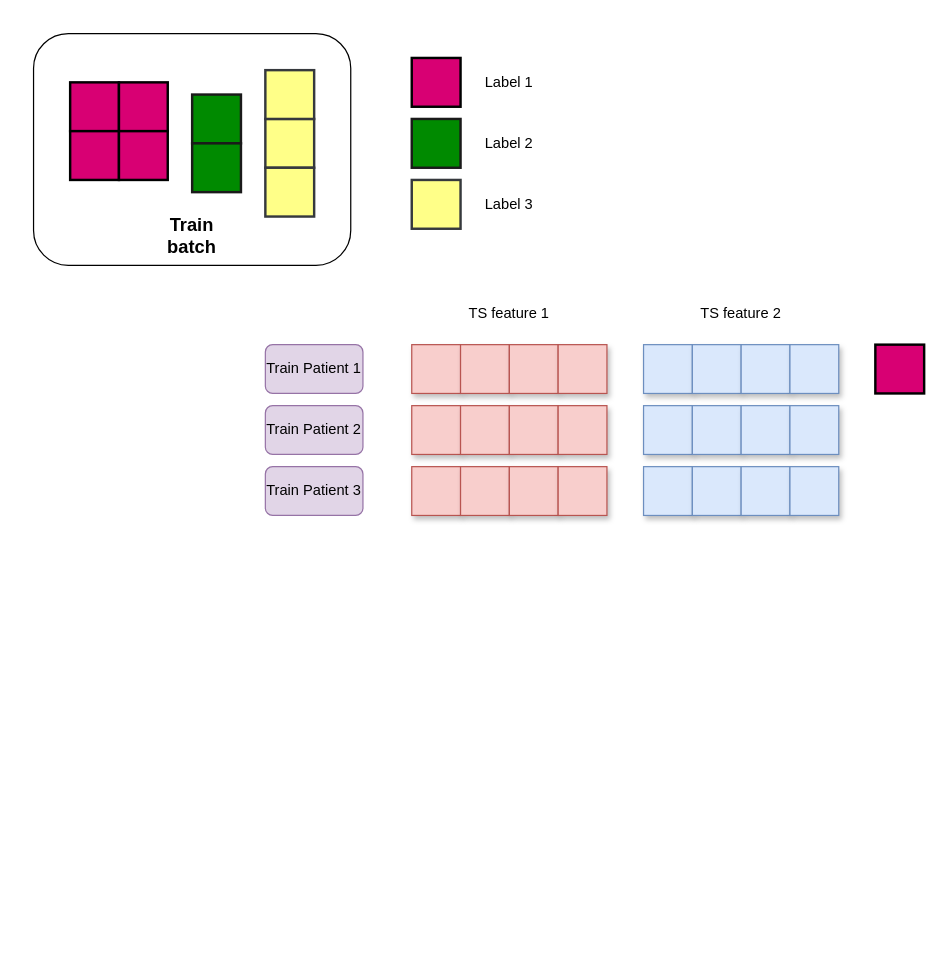
Before: diagrams/TabPFNStratified.drawio in Jeremstym/pretrainingTSPFN, a draw.io diagram. Source tidied: cells renumbered, new cells numbered last; positions are measured from the earlier drawing's top-left corner, leaving out a move shared by most shapes. Both pictures are drawn from the tidied source at 122%, with x=0, y=0 at pixel (33, 33).
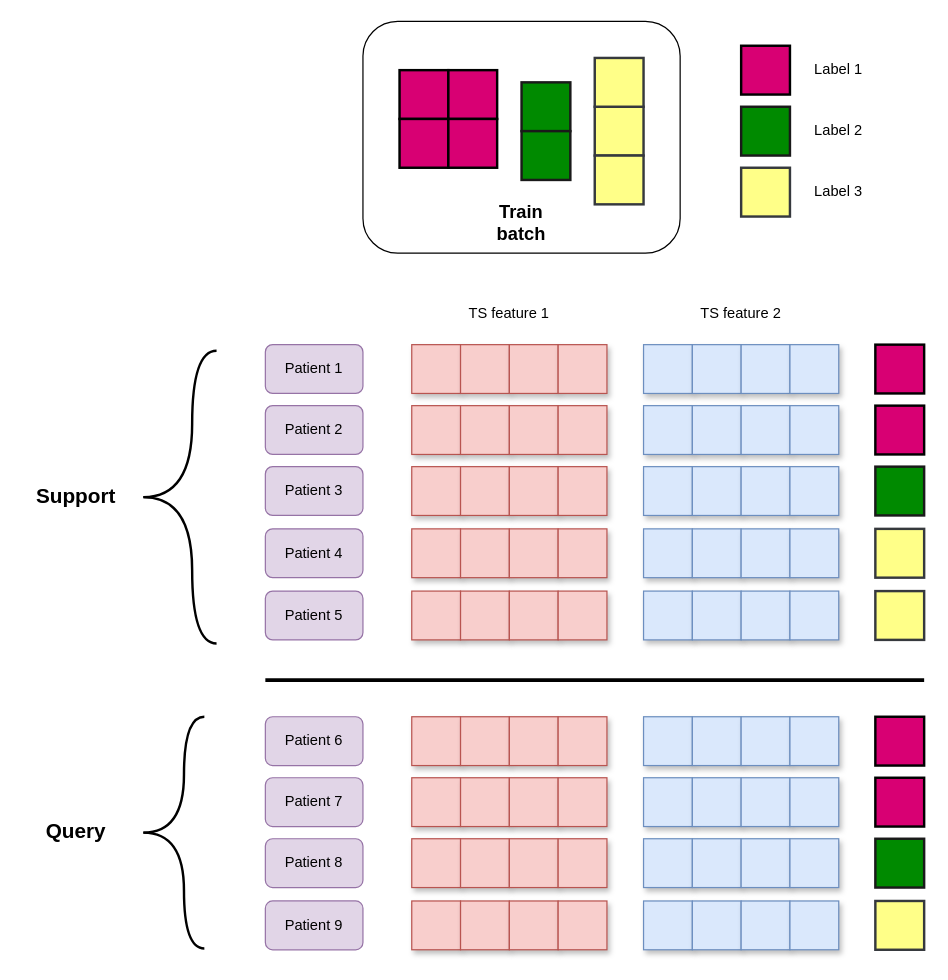
After the change.

Commit message (it also covers changes not shown here):
Mettre à jour TabPFNStratified.drawio

What changed in the source:
```diff
@@
     <mxCell id="2" style="rounded=0;whiteSpace=wrap;html=1;fillColor=#d80073;fontColor=#ffffff;strokeColor=light-dark(#000000, #ffa9e0);strokeWidth=2;" parent="1" vertex="1">
-      <mxGeometry x="310" y="20" width="40" height="40" as="geometry" />
+      <mxGeometry x="580" y="10" width="40" height="40" as="geometry" />
     </mxCell>
     <mxCell id="3" value="Label 1" style="text;html=1;whiteSpace=wrap;strokeColor=none;fillColor=none;align=center;verticalAlign=middle;rounded=0;" parent="1" vertex="1">
-      <mxGeometry x="360" y="25" width="60" height="30" as="geometry" />
+      <mxGeometry x="630" y="15" width="60" height="30" as="geometry" />
     </mxCell>
     <mxCell id="4" value="Label 2" style="text;html=1;whiteSpace=wrap;strokeColor=none;fillColor=none;align=center;verticalAlign=middle;rounded=0;" parent="1" vertex="1">
-      <mxGeometry x="360" y="75" width="60" height="30" as="geometry" />
+      <mxGeometry x="630" y="65" width="60" height="30" as="geometry" />
     </mxCell>
     <mxCell id="5" value="Label 3" style="text;html=1;whiteSpace=wrap;strokeColor=none;fillColor=none;align=center;verticalAlign=middle;rounded=0;" parent="1" vertex="1">
-      <mxGeometry x="360" y="125" width="60" height="30" as="geometry" />
+      <mxGeometry x="630" y="115" width="60" height="30" as="geometry" />
     </mxCell>
     <mxCell id="6" style="rounded=0;whiteSpace=wrap;html=1;fillColor=#008a00;fontColor=#ffffff;strokeColor=#1A1A1A;strokeWidth=2;" parent="1" vertex="1">
-      <mxGeometry x="310" y="70" width="40" height="40" as="geometry" />
+      <mxGeometry x="580" y="60" width="40" height="40" as="geometry" />
     </mxCell>
     <mxCell id="7" style="rounded=0;whiteSpace=wrap;html=1;fillColor=#ffff88;strokeColor=#36393d;strokeWidth=2;" parent="1" vertex="1">
-      <mxGeometry x="310" y="120" width="40" height="40" as="geometry" />
+      <mxGeometry x="580" y="110" width="40" height="40" as="geometry" />
     </mxCell>
-    <mxCell id="8" value="Train Patient 1" style="rounded=1;whiteSpace=wrap;html=1;fillColor=#e1d5e7;strokeColor=#9673a6;" parent="1" vertex="1">
+    <mxCell id="8" value="Patient 1" style="rounded=1;whiteSpace=wrap;html=1;fillColor=#e1d5e7;strokeColor=#9673a6;" parent="1" vertex="1">
       <mxGeometry x="190" y="255" width="80" height="40" as="geometry" />
     </mxCell>
-    <mxCell id="9" value="Train Patient 2" style="rounded=1;whiteSpace=wrap;html=1;fillColor=#e1d5e7;strokeColor=#9673a6;" parent="1" vertex="1">
+    <mxCell id="9" value="Patient 2" style="rounded=1;whiteSpace=wrap;html=1;fillColor=#e1d5e7;strokeColor=#9673a6;" parent="1" vertex="1">
       <mxGeometry x="190" y="305" width="80" height="40" as="geometry" />
     </mxCell>
-    <mxCell id="10" value="Train Patient 3" style="rounded=1;whiteSpace=wrap;html=1;fillColor=#e1d5e7;strokeColor=#9673a6;" parent="1" vertex="1">
+    <mxCell id="10" value="Patient 3" style="rounded=1;whiteSpace=wrap;html=1;fillColor=#e1d5e7;strokeColor=#9673a6;" parent="1" vertex="1">
       <mxGeometry x="190" y="355" width="80" height="40" as="geometry" />
     </mxCell>
@@
     <mxCell id="37" style="rounded=1;whiteSpace=wrap;html=1;" parent="1" vertex="1">
-      <mxGeometry width="260" height="190" as="geometry" />
+      <mxGeometry x="270" y="-10" width="260" height="190" as="geometry" />
     </mxCell>
     <mxCell id="38" style="rounded=0;whiteSpace=wrap;html=1;fillColor=#d80073;fontColor=#ffffff;strokeColor=light-dark(#000000, #ffa9e0);strokeWidth=2;" parent="1" vertex="1">
-      <mxGeometry x="30" y="40" width="40" height="40" as="geometry" />
+      <mxGeometry x="300" y="30" width="40" height="40" as="geometry" />
     </mxCell>
     <mxCell id="39" style="rounded=0;whiteSpace=wrap;html=1;fillColor=#d80073;fontColor=#ffffff;strokeColor=light-dark(#000000, #ffa9e0);strokeWidth=2;" parent="1" vertex="1">
-      <mxGeometry x="70" y="40" width="40" height="40" as="geometry" />
+      <mxGeometry x="340" y="30" width="40" height="40" as="geometry" />
     </mxCell>
     <mxCell id="40" style="rounded=0;whiteSpace=wrap;html=1;fillColor=#008a00;fontColor=#ffffff;strokeColor=#1A1A1A;strokeWidth=2;" parent="1" vertex="1">
-      <mxGeometry x="130" y="50" width="40" height="40" as="geometry" />
+      <mxGeometry x="400" y="40" width="40" height="40" as="geometry" />
     </mxCell>
     <mxCell id="41" style="rounded=0;whiteSpace=wrap;html=1;fillColor=#008a00;fontColor=#ffffff;strokeColor=#1A1A1A;strokeWidth=2;" parent="1" vertex="1">
-      <mxGeometry x="130" y="90" width="40" height="40" as="geometry" />
+      <mxGeometry x="400" y="80" width="40" height="40" as="geometry" />
     </mxCell>
     <mxCell id="42" style="rounded=0;whiteSpace=wrap;html=1;fillColor=#ffff88;strokeColor=#36393d;strokeWidth=2;" parent="1" vertex="1">
-      <mxGeometry x="190" y="70" width="40" height="40" as="geometry" />
+      <mxGeometry x="460" y="60" width="40" height="40" as="geometry" />
     </mxCell>
     <mxCell id="43" value="&lt;font style=&quot;font-size: 15px;&quot;&gt;&lt;b&gt;Train batch&lt;/b&gt;&lt;/font&gt;" style="text;html=1;whiteSpace=wrap;strokeColor=none;fillColor=none;align=center;verticalAlign=middle;rounded=0;" parent="1" vertex="1">
-      <mxGeometry x="100" y="150" width="60" height="30" as="geometry" />
+      <mxGeometry x="370" y="140" width="60" height="30" as="geometry" />
     </mxCell>
     <mxCell id="44" style="rounded=0;whiteSpace=wrap;html=1;fillColor=#d80073;fontColor=#ffffff;strokeColor=light-dark(#000000, #ffa9e0);strokeWidth=2;" parent="1" vertex="1">
-      <mxGeometry x="30" y="80" width="40" height="40" as="geometry" />
+      <mxGeometry x="300" y="70" width="40" height="40" as="geometry" />
     </mxCell>
     <mxCell id="45" style="rounded=0;whiteSpace=wrap;html=1;fillColor=#d80073;fontColor=#ffffff;strokeColor=light-dark(#000000, #ffa9e0);strokeWidth=2;" parent="1" vertex="1">
-      <mxGeometry x="70" y="80" width="40" height="40" as="geometry" />
+      <mxGeometry x="340" y="70" width="40" height="40" as="geometry" />
     </mxCell>
     <mxCell id="46" style="rounded=0;whiteSpace=wrap;html=1;fillColor=#ffff88;strokeColor=#36393d;strokeWidth=2;" parent="1" vertex="1">
-      <mxGeometry x="190" y="110" width="40" height="40" as="geometry" />
+      <mxGeometry x="460" y="100" width="40" height="40" as="geometry" />
     </mxCell>
     <mxCell id="47" style="rounded=0;whiteSpace=wrap;html=1;fillColor=#ffff88;strokeColor=#36393d;strokeWidth=2;" parent="1" vertex="1">
-      <mxGeometry x="190" y="30" width="40" height="40" as="geometry" />
+      <mxGeometry x="460" y="20" width="40" height="40" as="geometry" />
     </mxCell>
@@
+    <mxCell id="49" style="rounded=0;whiteSpace=wrap;html=1;fillColor=#d80073;fontColor=#ffffff;strokeColor=light-dark(#000000, #ffa9e0);strokeWidth=2;" parent="1" vertex="1">
+      <mxGeometry x="690" y="305" width="40" height="40" as="geometry" />
+    </mxCell>
+    <mxCell id="50" value="Patient 4" style="rounded=1;whiteSpace=wrap;html=1;fillColor=#e1d5e7;strokeColor=#9673a6;" parent="1" vertex="1">
+      <mxGeometry x="190" y="406" width="80" height="40" as="geometry" />
+    </mxCell>
+    <mxCell id="51" style="rounded=0;whiteSpace=wrap;html=1;fillColor=#f8cecc;strokeColor=#b85450;shadow=1;" parent="1" vertex="1">
+      <mxGeometry x="310" y="406" width="40" height="40" as="geometry" />
+    </mxCell>
+    <mxCell id="52" style="rounded=0;whiteSpace=wrap;html=1;fillColor=#f8cecc;strokeColor=#b85450;shadow=1;" parent="1" vertex="1">
+      <mxGeometry x="350" y="406" width="40" height="40" as="geometry" />
+    </mxCell>
+    <mxCell id="53" style="rounded=0;whiteSpace=wrap;html=1;fillColor=#f8cecc;strokeColor=#b85450;shadow=1;" parent="1" vertex="1">
+      <mxGeometry x="390" y="406" width="40" height="40" as="geometry" />
+    </mxCell>
+    <mxCell id="54" style="rounded=0;whiteSpace=wrap;html=1;fillColor=#f8cecc;strokeColor=#b85450;shadow=1;" parent="1" vertex="1">
+      <mxGeometry x="430" y="406" width="40" height="40" as="geometry" />
+    </mxCell>
+    <mxCell id="55" style="rounded=0;whiteSpace=wrap;html=1;fillColor=#dae8fc;strokeColor=#6c8ebf;shadow=1;" parent="1" vertex="1">
+      <mxGeometry x="500" y="406" width="40" height="40" as="geometry" />
+    </mxCell>
+    <mxCell id="56" style="rounded=0;whiteSpace=wrap;html=1;fillColor=#dae8fc;strokeColor=#6c8ebf;shadow=1;" parent="1" vertex="1">
+      <mxGeometry x="540" y="406" width="40" height="40" as="geometry" />
+    </mxCell>
+    <mxCell id="57" style="rounded=0;whiteSpace=wrap;html=1;fillColor=#dae8fc;strokeColor=#6c8ebf;shadow=1;" parent="1" vertex="1">
+      <mxGeometry x="580" y="406" width="40" height="40" as="geometry" />
+    </mxCell>
+    <mxCell id="58" style="rounded=0;whiteSpace=wrap;html=1;fillColor=#dae8fc;strokeColor=#6c8ebf;shadow=1;" parent="1" vertex="1">
+      <mxGeometry x="620" y="406" width="40" height="40" as="geometry" />
+    </mxCell>
+    <mxCell id="59" value="Patient 5" style="rounded=1;whiteSpace=wrap;html=1;fillColor=#e1d5e7;strokeColor=#9673a6;" parent="1" vertex="1">
+      <mxGeometry x="190" y="457" width="80" height="40" as="geometry" />
+    </mxCell>
+    <mxCell id="60" style="rounded=0;whiteSpace=wrap;html=1;fillColor=#f8cecc;strokeColor=#b85450;shadow=1;" parent="1" vertex="1">
+      <mxGeometry x="310" y="457" width="40" height="40" as="geometry" />
+    </mxCell>
+    <mxCell id="61" style="rounded=0;whiteSpace=wrap;html=1;fillColor=#f8cecc;strokeColor=#b85450;shadow=1;" parent="1" vertex="1">
+      <mxGeometry x="350" y="457" width="40" height="40" as="geometry" />
+    </mxCell>
+    <mxCell id="62" style="rounded=0;whiteSpace=wrap;html=1;fillColor=#f8cecc;strokeColor=#b85450;shadow=1;" parent="1" vertex="1">
+      <mxGeometry x="390" y="457" width="40" height="40" as="geometry" />
+    </mxCell>
+    <mxCell id="63" style="rounded=0;whiteSpace=wrap;html=1;fillColor=#f8cecc;strokeColor=#b85450;shadow=1;" parent="1" vertex="1">
+      <mxGeometry x="430" y="457" width="40" height="40" as="geometry" />
+    </mxCell>
+    <mxCell id="64" style="rounded=0;whiteSpace=wrap;html=1;fillColor=#dae8fc;strokeColor=#6c8ebf;shadow=1;" parent="1" vertex="1">
+      <mxGeometry x="500" y="457" width="40" height="40" as="geometry" />
+    </mxCell>
+    <mxCell id="65" style="rounded=0;whiteSpace=wrap;html=1;fillColor=#dae8fc;strokeColor=#6c8ebf;shadow=1;" parent="1" vertex="1">
+      <mxGeometry x="540" y="457" width="40" height="40" as="geometry" />
+    </mxCell>
+    <mxCell id="66" style="rounded=0;whiteSpace=wrap;html=1;fillColor=#dae8fc;strokeColor=#6c8ebf;shadow=1;" parent="1" vertex="1">
+      <mxGeometry x="580" y="457" width="40" height="40" as="geometry" />
+    </mxCell>
+    <mxCell id="67" style="rounded=0;whiteSpace=wrap;html=1;fillColor=#dae8fc;strokeColor=#6c8ebf;shadow=1;" parent="1" vertex="1">
+      <mxGeometry x="620" y="457" width="40" height="40" as="geometry" />
+    </mxCell>
+    <mxCell id="68" style="rounded=0;whiteSpace=wrap;html=1;fillColor=#008a00;fontColor=#ffffff;strokeColor=#1A1A1A;strokeWidth=2;" parent="1" vertex="1">
+      <mxGeometry x="690" y="355" width="40" height="40" as="geometry" />
+    </mxCell>
+    <mxCell id="69" style="rounded=0;whiteSpace=wrap;html=1;fillColor=#ffff88;strokeColor=#36393d;strokeWidth=2;" parent="1" vertex="1">
+      <mxGeometry x="690" y="406" width="40" height="40" as="geometry" />
+    </mxCell>
+    <mxCell id="70" style="rounded=0;whiteSpace=wrap;html=1;fillColor=#ffff88;strokeColor=#36393d;strokeWidth=2;" parent="1" vertex="1">
+      <mxGeometry x="690" y="457" width="40" height="40" as="geometry" />
+    </mxCell>
+    <mxCell id="71" style="endArrow=none;html=1;rounded=0;strokeWidth=3;" parent="1" edge="1">
+      <mxGeometry relative="1" as="geometry">
+        <mxPoint x="190" y="530" as="sourcePoint" />
+        <mxPoint x="730" y="530" as="targetPoint" />
+      </mxGeometry>
+    </mxCell>
+    <mxCell id="72" value="Patient 6" style="rounded=1;whiteSpace=wrap;html=1;fillColor=#e1d5e7;strokeColor=#9673a6;" parent="1" vertex="1">
+      <mxGeometry x="190" y="560" width="80" height="40" as="geometry" />
+    </mxCell>
+    <mxCell id="73" value="Patient 7" style="rounded=1;whiteSpace=wrap;html=1;fillColor=#e1d5e7;strokeColor=#9673a6;" parent="1" vertex="1">
+      <mxGeometry x="190" y="610" width="80" height="40" as="geometry" />
+    </mxCell>
+    <mxCell id="74" value="Patient 8" style="rounded=1;whiteSpace=wrap;html=1;fillColor=#e1d5e7;strokeColor=#9673a6;" parent="1" vertex="1">
+      <mxGeometry x="190" y="660" width="80" height="40" as="geometry" />
+    </mxCell>
+    <mxCell id="75" style="rounded=0;whiteSpace=wrap;html=1;fillColor=#f8cecc;strokeColor=#b85450;shadow=1;" parent="1" vertex="1">
+      <mxGeometry x="310" y="560" width="40" height="40" as="geometry" />
+    </mxCell>
+    <mxCell id="76" style="rounded=0;whiteSpace=wrap;html=1;fillColor=#f8cecc;strokeColor=#b85450;shadow=1;" parent="1" vertex="1">
+      <mxGeometry x="350" y="560" width="40" height="40" as="geometry" />
+    </mxCell>
+    <mxCell id="77" style="rounded=0;whiteSpace=wrap;html=1;fillColor=#f8cecc;strokeColor=#b85450;shadow=1;" parent="1" vertex="1">
+      <mxGeometry x="390" y="560" width="40" height="40" as="geometry" />
+    </mxCell>
+    <mxCell id="78" style="rounded=0;whiteSpace=wrap;html=1;fillColor=#f8cecc;strokeColor=#b85450;shadow=1;" parent="1" vertex="1">
+      <mxGeometry x="430" y="560" width="40" height="40" as="geometry" />
+    </mxCell>
+    <mxCell id="79" style="rounded=0;whiteSpace=wrap;html=1;fillColor=#dae8fc;strokeColor=#6c8ebf;shadow=1;" parent="1" vertex="1">
+      <mxGeometry x="500" y="560" width="40" height="40" as="geometry" />
+    </mxCell>
+    <mxCell id="80" style="rounded=0;whiteSpace=wrap;html=1;fillColor=#dae8fc;strokeColor=#6c8ebf;shadow=1;" parent="1" vertex="1">
+      <mxGeometry x="540" y="560" width="40" height="40" as="geometry" />
+    </mxCell>
+    <mxCell id="81" style="rounded=0;whiteSpace=wrap;html=1;fillColor=#dae8fc;strokeColor=#6c8ebf;shadow=1;" parent="1" vertex="1">
+      <mxGeometry x="580" y="560" width="40" height="40" as="geometry" />
+    </mxCell>
+    <mxCell id="82" style="rounded=0;whiteSpace=wrap;html=1;fillColor=#dae8fc;strokeColor=#6c8ebf;shadow=1;" parent="1" vertex="1">
+      <mxGeometry x="620" y="560" width="40" height="40" as="geometry" />
+    </mxCell>
+    <mxCell id="83" style="rounded=0;whiteSpace=wrap;html=1;fillColor=#f8cecc;strokeColor=#b85450;shadow=1;" parent="1" vertex="1">
+      <mxGeometry x="310" y="610" width="40" height="40" as="geometry" />
+    </mxCell>
+    <mxCell id="84" style="rounded=0;whiteSpace=wrap;html=1;fillColor=#f8cecc;strokeColor=#b85450;shadow=1;" parent="1" vertex="1">
+      <mxGeometry x="350" y="610" width="40" height="40" as="geometry" />
+    </mxCell>
+    <mxCell id="85" style="rounded=0;whiteSpace=wrap;html=1;fillColor=#f8cecc;strokeColor=#b85450;shadow=1;" parent="1" vertex="1">
+      <mxGeometry x="390" y="610" width="40" height="40" as="geometry" />
+    </mxCell>
+    <mxCell id="86" style="rounded=0;whiteSpace=wrap;html=1;fillColor=#f8cecc;strokeColor=#b85450;shadow=1;" parent="1" vertex="1">
+      <mxGeometry x="430" y="610" width="40" height="40" as="geometry" />
+    </mxCell>
+    <mxCell id="87" style="rounded=0;whiteSpace=wrap;html=1;fillColor=#dae8fc;strokeColor=#6c8ebf;shadow=1;" parent="1" vertex="1">
+      <mxGeometry x="500" y="610" width="40" height="40" as="geometry" />
+    </mxCell>
+    <mxCell id="88" style="rounded=0;whiteSpace=wrap;html=1;fillColor=#dae8fc;strokeColor=#6c8ebf;shadow=1;" parent="1" vertex="1">
+      <mxGeometry x="540" y="610" width="40" height="40" as="geometry" />
+    </mxCell>
+    <mxCell id="89" style="rounded=0;whiteSpace=wrap;html=1;fillColor=#dae8fc;strokeColor=#6c8ebf;shadow=1;" parent="1" vertex="1">
+      <mxGeometry x="580" y="610" width="40" height="40" as="geometry" />
+    </mxCell>
+    <mxCell id="90" style="rounded=0;whiteSpace=wrap;html=1;fillColor=#dae8fc;strokeColor=#6c8ebf;shadow=1;" parent="1" vertex="1">
+      <mxGeometry x="620" y="610" width="40" height="40" as="geometry" />
+    </mxCell>
+    <mxCell id="91" style="rounded=0;whiteSpace=wrap;html=1;fillColor=#f8cecc;strokeColor=#b85450;shadow=1;" parent="1" vertex="1">
+      <mxGeometry x="310" y="660" width="40" height="40" as="geometry" />
+    </mxCell>
+    <mxCell id="92" style="rounded=0;whiteSpace=wrap;html=1;fillColor=#f8cecc;strokeColor=#b85450;shadow=1;" parent="1" vertex="1">
+      <mxGeometry x="350" y="660" width="40" height="40" as="geometry" />
+    </mxCell>
+    <mxCell id="93" style="rounded=0;whiteSpace=wrap;html=1;fillColor=#f8cecc;strokeColor=#b85450;shadow=1;" parent="1" vertex="1">
+      <mxGeometry x="390" y="660" width="40" height="40" as="geometry" />
+    </mxCell>
+    <mxCell id="94" style="rounded=0;whiteSpace=wrap;html=1;fillColor=#f8cecc;strokeColor=#b85450;shadow=1;" parent="1" vertex="1">
+      <mxGeometry x="430" y="660" width="40" height="40" as="geometry" />
+    </mxCell>
+    <mxCell id="95" style="rounded=0;whiteSpace=wrap;html=1;fillColor=#dae8fc;strokeColor=#6c8ebf;shadow=1;" parent="1" vertex="1">
+      <mxGeometry x="500" y="660" width="40" height="40" as="geometry" />
+    </mxCell>
+    <mxCell id="96" style="rounded=0;whiteSpace=wrap;html=1;fillColor=#dae8fc;strokeColor=#6c8ebf;shadow=1;" parent="1" vertex="1">
+      <mxGeometry x="540" y="660" width="40" height="40" as="geometry" />
+    </mxCell>
+    <mxCell id="97" style="rounded=0;whiteSpace=wrap;html=1;fillColor=#dae8fc;strokeColor=#6c8ebf;shadow=1;" parent="1" vertex="1">
+      <mxGeometry x="580" y="660" width="40" height="40" as="geometry" />
+    </mxCell>
+    <mxCell id="98" style="rounded=0;whiteSpace=wrap;html=1;fillColor=#dae8fc;strokeColor=#6c8ebf;shadow=1;" parent="1" vertex="1">
+      <mxGeometry x="620" y="660" width="40" height="40" as="geometry" />
+    </mxCell>
+    <mxCell id="99" style="rounded=0;whiteSpace=wrap;html=1;fillColor=#d80073;fontColor=#ffffff;strokeColor=light-dark(#000000, #ffa9e0);strokeWidth=2;" parent="1" vertex="1">
+      <mxGeometry x="690" y="560" width="40" height="40" as="geometry" />
+    </mxCell>
+    <mxCell id="100" style="rounded=0;whiteSpace=wrap;html=1;fillColor=#d80073;fontColor=#ffffff;strokeColor=light-dark(#000000, #ffa9e0);strokeWidth=2;" parent="1" vertex="1">
+      <mxGeometry x="690" y="610" width="40" height="40" as="geometry" />
+    </mxCell>
+    <mxCell id="101" value="Patient 9" style="rounded=1;whiteSpace=wrap;html=1;fillColor=#e1d5e7;strokeColor=#9673a6;" parent="1" vertex="1">
+      <mxGeometry x="190" y="711" width="80" height="40" as="geometry" />
+    </mxCell>
+    <mxCell id="102" style="rounded=0;whiteSpace=wrap;html=1;fillColor=#f8cecc;strokeColor=#b85450;shadow=1;" parent="1" vertex="1">
+      <mxGeometry x="310" y="711" width="40" height="40" as="geometry" />
+    </mxCell>
+    <mxCell id="103" style="rounded=0;whiteSpace=wrap;html=1;fillColor=#f8cecc;strokeColor=#b85450;shadow=1;" parent="1" vertex="1">
+      <mxGeometry x="350" y="711" width="40" height="40" as="geometry" />
+    </mxCell>
+    <mxCell id="104" style="rounded=0;whiteSpace=wrap;html=1;fillColor=#f8cecc;strokeColor=#b85450;shadow=1;" parent="1" vertex="1">
+      <mxGeometry x="390" y="711" width="40" height="40" as="geometry" />
+    </mxCell>
+    <mxCell id="105" style="rounded=0;whiteSpace=wrap;html=1;fillColor=#f8cecc;strokeColor=#b85450;shadow=1;" parent="1" vertex="1">
+      <mxGeometry x="430" y="711" width="40" height="40" as="geometry" />
+    </mxCell>
+    <mxCell id="106" style="rounded=0;whiteSpace=wrap;html=1;fillColor=#dae8fc;strokeColor=#6c8ebf;shadow=1;" parent="1" vertex="1">
+      <mxGeometry x="500" y="711" width="40" height="40" as="geometry" />
+    </mxCell>
+    <mxCell id="107" style="rounded=0;whiteSpace=wrap;html=1;fillColor=#dae8fc;strokeColor=#6c8ebf;shadow=1;" parent="1" vertex="1">
+      <mxGeometry x="540" y="711" width="40" height="40" as="geometry" />
+    </mxCell>
+    <mxCell id="108" style="rounded=0;whiteSpace=wrap;html=1;fillColor=#dae8fc;strokeColor=#6c8ebf;shadow=1;" parent="1" vertex="1">
+      <mxGeometry x="580" y="711" width="40" height="40" as="geometry" />
+    </mxCell>
+    <mxCell id="109" style="rounded=0;whiteSpace=wrap;html=1;fillColor=#dae8fc;strokeColor=#6c8ebf;shadow=1;" parent="1" vertex="1">
+      <mxGeometry x="620" y="711" width="40" height="40" as="geometry" />
+    </mxCell>
+    <mxCell id="110" style="rounded=0;whiteSpace=wrap;html=1;fillColor=#008a00;fontColor=#ffffff;strokeColor=#1A1A1A;strokeWidth=2;" parent="1" vertex="1">
+      <mxGeometry x="690" y="660" width="40" height="40" as="geometry" />
+    </mxCell>
+    <mxCell id="111" style="rounded=0;whiteSpace=wrap;html=1;fillColor=#ffff88;strokeColor=#36393d;strokeWidth=2;" parent="1" vertex="1">
+      <mxGeometry x="690" y="711" width="40" height="40" as="geometry" />
+    </mxCell>
+    <mxCell id="112" style="group;" parent="1" vertex="1">
+      <mxGeometry x="90" y="260" width="60" height="240" as="geometry" />
+    </mxCell>
+    <mxCell id="113" style="endArrow=none;html=1;rounded=0;fontStyle=1;edgeStyle=orthogonalEdgeStyle;curved=1;strokeWidth=2;" parent="112" edge="1">
+      <mxGeometry relative="1" as="geometry">
+        <mxPoint y="120" as="sourcePoint" />
+        <mxPoint x="60" as="targetPoint" />
+        <Array as="points">
+          <mxPoint x="40" y="120" />
+          <mxPoint x="40" />
+        </Array>
+      </mxGeometry>
+    </mxCell>
+    <mxCell id="114" style="endArrow=none;html=1;rounded=0;edgeStyle=orthogonalEdgeStyle;curved=1;strokeWidth=2;" parent="112" edge="1">
+      <mxGeometry relative="1" as="geometry">
+        <mxPoint y="120" as="sourcePoint" />
+        <mxPoint x="60" y="240" as="targetPoint" />
+        <Array as="points">
+          <mxPoint x="40" y="120" />
+          <mxPoint x="40" y="240" />
+        </Array>
+      </mxGeometry>
+    </mxCell>
+    <mxCell id="115" style="group;" parent="1" vertex="1">
+      <mxGeometry x="90" y="560" width="50" height="190" as="geometry" />
+    </mxCell>
+    <mxCell id="116" style="endArrow=none;html=1;rounded=0;fontStyle=1;edgeStyle=orthogonalEdgeStyle;curved=1;strokeWidth=2;" parent="115" edge="1">
+      <mxGeometry relative="1" as="geometry">
+        <mxPoint y="95" as="sourcePoint" />
+        <mxPoint x="50" as="targetPoint" />
+        <Array as="points">
+          <mxPoint x="33.3" y="95" />
+          <mxPoint x="33.3" />
+        </Array>
+      </mxGeometry>
+    </mxCell>
+    <mxCell id="117" style="endArrow=none;html=1;rounded=0;edgeStyle=orthogonalEdgeStyle;curved=1;strokeWidth=2;" parent="115" edge="1">
+      <mxGeometry relative="1" as="geometry">
+        <mxPoint y="95" as="sourcePoint" />
+        <mxPoint x="50" y="190" as="targetPoint" />
+        <Array as="points">
+          <mxPoint x="33.3" y="95" />
+          <mxPoint x="33.3" y="190" />
+        </Array>
+      </mxGeometry>
+    </mxCell>
+    <mxCell id="118" value="&lt;font style=&quot;font-size: 17px;&quot;&gt;&lt;b&gt;Support&lt;/b&gt;&lt;/font&gt;" style="text;html=1;whiteSpace=wrap;strokeColor=none;fillColor=none;align=center;verticalAlign=middle;rounded=0;" parent="1" vertex="1">
+      <mxGeometry x="-10" y="365" width="90" height="30" as="geometry" />
+    </mxCell>
+    <mxCell id="119" value="&lt;font style=&quot;font-size: 17px;&quot;&gt;&lt;b&gt;Query&lt;/b&gt;&lt;/font&gt;" style="text;html=1;whiteSpace=wrap;strokeColor=none;fillColor=none;align=center;verticalAlign=middle;rounded=0;" parent="1" vertex="1">
+      <mxGeometry y="640" width="70" height="30" as="geometry" />
+    </mxCell>
```
